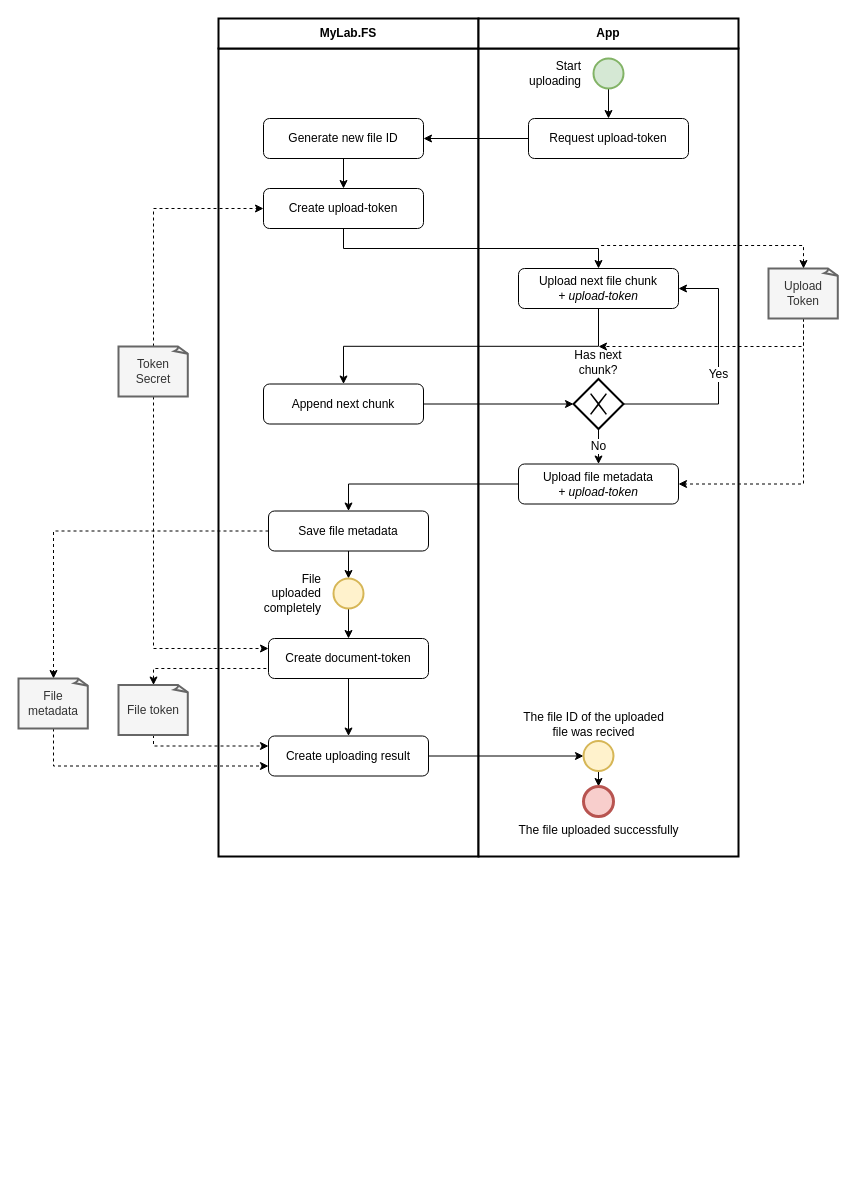
This is page "trusted-uploading" (2 of 5) of doc/diagramms/mylab-fs.drawio from mylab-tools/file-storage, a draw.io file, before an edit. Source tidied: cells renumbered, new cells numbered last; positions are measured from the earlier drawing's top-left corner, leaving out a move shared by most shapes. Both pictures are drawn from the tidied source at 100%, with x=0, y=0 at pixel (18, 18).
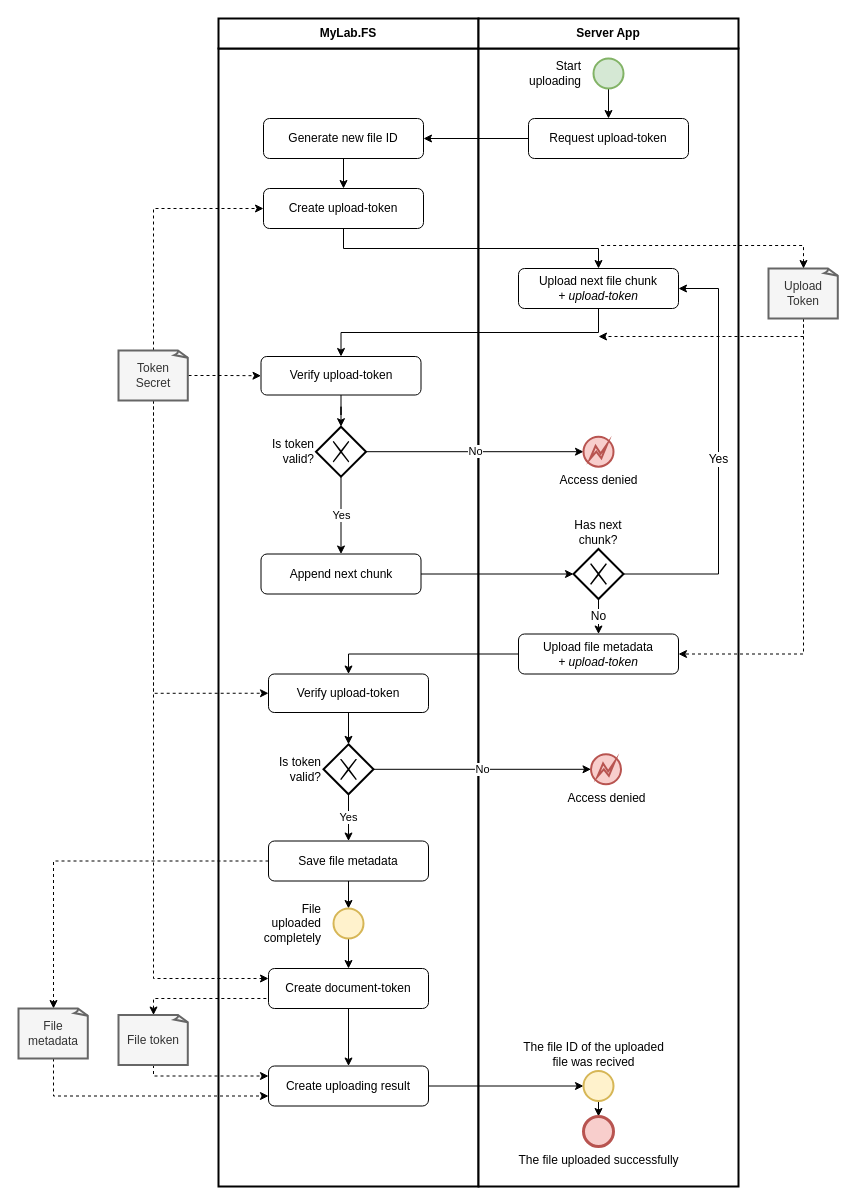
Above is the later version.

Unchanged cells that the change refers to:
```xml
<mxCell id="15" value="Upload next file chunk&lt;br&gt;&lt;i&gt;+ upload-token&lt;/i&gt;" style="rounded=1;whiteSpace=wrap;html=1;strokeWidth=1;fontSize=12;align=center;" parent="1" vertex="1">
  <mxGeometry x="500" y="250" width="160" height="40" as="geometry" />
</mxCell>
<mxCell id="33" value="Upload Token" style="whiteSpace=wrap;html=1;shape=mxgraph.basic.document;strokeWidth=2;fontSize=12;align=center;fillColor=#f5f5f5;strokeColor=#666666;fontColor=#333333;" parent="1" vertex="1">
  <mxGeometry x="750" y="250" width="70" height="50" as="geometry" />
</mxCell>
```

The edit, as a diff of the source:
```diff
@@
     <mxCell id="2" style="rounded=0;whiteSpace=wrap;html=1;strokeWidth=2;fontSize=12;align=center;" parent="1" vertex="1">
-      <mxGeometry x="200" y="30" width="260" height="808" as="geometry" />
+      <mxGeometry x="200" y="30" width="260" height="1138" as="geometry" />
     </mxCell>
@@
     <mxCell id="4" style="rounded=0;whiteSpace=wrap;html=1;strokeWidth=2;fontSize=12;align=center;" parent="1" vertex="1">
-      <mxGeometry x="460" y="30" width="260" height="808" as="geometry" />
+      <mxGeometry x="460" y="30" width="260" height="1138" as="geometry" />
     </mxCell>
-    <mxCell id="5" value="&lt;b&gt;App&lt;/b&gt;" style="rounded=0;whiteSpace=wrap;html=1;strokeWidth=2;fontSize=12;align=center;" parent="1" vertex="1">
+    <mxCell id="5" value="&lt;b&gt;Server App&lt;/b&gt;" style="rounded=0;whiteSpace=wrap;html=1;strokeWidth=2;fontSize=12;align=center;" parent="1" vertex="1">
       <mxGeometry x="460" width="260" height="30" as="geometry" />
     </mxCell>
@@
-    <mxCell id="14" style="edgeStyle=orthogonalEdgeStyle;rounded=0;jettySize=auto;html=1;entryX=0.5;entryY=0;entryDx=0;entryDy=0;startArrow=none;startFill=0;endArrow=classic;endFill=1;strokeWidth=1;fontSize=12;exitX=0.5;exitY=1;exitDx=0;exitDy=0;" parent="1" edge="1" source="15" target="18">
+    <mxCell id="14" style="edgeStyle=orthogonalEdgeStyle;rounded=0;jettySize=auto;html=1;entryX=0.5;entryY=0;entryDx=0;entryDy=0;startArrow=none;startFill=0;endArrow=classic;endFill=1;strokeWidth=1;fontSize=12;exitX=0.5;exitY=1;exitDx=0;exitDy=0;" parent="1" edge="1" source="15" target="53">
       <mxGeometry relative="1" as="geometry" />
     </mxCell>
@@
     <mxCell id="18" value="Append next chunk" style="rounded=1;whiteSpace=wrap;html=1;strokeWidth=1;fontSize=12;align=center;" parent="1" vertex="1">
-      <mxGeometry x="245" y="365.5" width="160" height="40" as="geometry" />
+      <mxGeometry x="242.5" y="535.5" width="160" height="40" as="geometry" />
     </mxCell>
     <mxCell id="19" value="Yes" style="edgeStyle=orthogonalEdgeStyle;rounded=0;jettySize=auto;html=1;entryX=1;entryY=0.5;entryDx=0;entryDy=0;startArrow=none;startFill=0;endArrow=classic;endFill=1;strokeWidth=1;fontSize=12;exitX=1;exitY=0.5;exitDx=0;exitDy=0;" parent="1" edge="1" source="21" target="15">
       <mxGeometry relative="1" as="geometry">
         <Array as="points">
-          <mxPoint x="700" y="385.5" />
-          <mxPoint x="700" y="270.5" />
+          <mxPoint x="700" y="556" />
+          <mxPoint x="700" y="270" />
         </Array>
       </mxGeometry>
     </mxCell>
@@
     <mxCell id="21" value="&lt;span style=&quot;white-space: normal ; background-color: rgb(255 , 255 , 255)&quot;&gt;Has next chunk?&lt;/span&gt;" style="shape=mxgraph.bpmn.shape;html=1;verticalLabelPosition=top;labelBackgroundColor=#ffffff;verticalAlign=bottom;align=center;perimeter=rhombusPerimeter;background=gateway;outlineConnect=0;outline=none;symbol=exclusiveGw;strokeWidth=2;fontSize=12;labelPosition=center;whiteSpace=wrap;" parent="1" vertex="1">
-      <mxGeometry x="555" y="360.5" width="50" height="50" as="geometry" />
+      <mxGeometry x="555" y="530.5" width="50" height="50" as="geometry" />
     </mxCell>
-    <mxCell id="22" style="edgeStyle=orthogonalEdgeStyle;rounded=0;jettySize=auto;html=1;entryX=0.5;entryY=0;entryDx=0;entryDy=0;startArrow=none;startFill=0;endArrow=classic;endFill=1;strokeWidth=1;fontSize=12;" parent="1" edge="1" source="23" target="26">
+    <mxCell id="22" style="edgeStyle=orthogonalEdgeStyle;rounded=0;jettySize=auto;html=1;entryX=0.5;entryY=0;entryDx=0;entryDy=0;startArrow=none;startFill=0;endArrow=classic;endFill=1;strokeWidth=1;fontSize=12;" parent="1" edge="1" source="23" target="59">
       <mxGeometry relative="1" as="geometry" />
     </mxCell>
     <mxCell id="23" value="Upload file metadata&lt;br&gt;&lt;i&gt;+ upload-token&lt;/i&gt;" style="rounded=1;whiteSpace=wrap;html=1;strokeWidth=1;fontSize=12;align=center;" parent="1" vertex="1">
-      <mxGeometry x="500" y="445.5" width="160" height="40" as="geometry" />
+      <mxGeometry x="500" y="615.5" width="160" height="40" as="geometry" />
     </mxCell>
@@
     <mxCell id="26" value="Save file metadata" style="rounded=1;whiteSpace=wrap;html=1;strokeWidth=1;fontSize=12;align=center;" parent="1" vertex="1">
-      <mxGeometry x="250" y="492.5" width="160" height="40" as="geometry" />
+      <mxGeometry x="250" y="822.5" width="160" height="40" as="geometry" />
     </mxCell>
@@
     <mxCell id="28" value="Create document-token" style="rounded=1;whiteSpace=wrap;html=1;strokeWidth=1;fontSize=12;align=center;" parent="1" vertex="1">
-      <mxGeometry x="250" y="620" width="160" height="40" as="geometry" />
+      <mxGeometry x="250" y="950" width="160" height="40" as="geometry" />
     </mxCell>
@@
     <mxCell id="30" value="Create uploading result" style="rounded=1;whiteSpace=wrap;html=1;strokeWidth=1;fontSize=12;align=center;" parent="1" vertex="1">
-      <mxGeometry x="250" y="717.5" width="160" height="40" as="geometry" />
+      <mxGeometry x="250" y="1047.5" width="160" height="40" as="geometry" />
     </mxCell>
     <mxCell id="31" style="edgeStyle=orthogonalEdgeStyle;rounded=0;jettySize=auto;html=1;startArrow=none;startFill=0;endArrow=classic;endFill=1;strokeWidth=1;fontSize=12;dashed=1;exitX=0.5;exitY=1;exitDx=0;exitDy=0;exitPerimeter=0;" parent="1" edge="1" source="33">
       <mxGeometry relative="1" as="geometry">
-        <mxPoint x="580" y="328" as="targetPoint" />
+        <mxPoint x="580" y="318" as="targetPoint" />
         <Array as="points">
-          <mxPoint x="785" y="328" />
+          <mxPoint x="785" y="318" />
         </Array>
       </mxGeometry>
     </mxCell>
@@
     <mxCell id="34" style="edgeStyle=orthogonalEdgeStyle;rounded=0;jettySize=auto;html=1;entryX=0;entryY=0.25;entryDx=0;entryDy=0;startArrow=none;startFill=0;endArrow=classic;endFill=1;strokeWidth=1;fontSize=12;dashed=1;exitX=0.5;exitY=1;exitDx=0;exitDy=0;exitPerimeter=0;" parent="1" edge="1" source="36" target="30">
       <mxGeometry relative="1" as="geometry">
         <Array as="points">
-          <mxPoint x="135" y="728" />
+          <mxPoint x="135" y="1058" />
         </Array>
       </mxGeometry>
     </mxCell>
     <mxCell id="35" style="edgeStyle=orthogonalEdgeStyle;rounded=0;jettySize=auto;html=1;entryX=0;entryY=0.75;entryDx=0;entryDy=0;dashed=1;startArrow=classic;startFill=1;endArrow=none;endFill=0;strokeWidth=1;fontSize=12;exitX=0.5;exitY=0;exitDx=0;exitDy=0;exitPerimeter=0;" parent="1" edge="1" source="36" target="28">
       <mxGeometry relative="1" as="geometry">
         <Array as="points">
-          <mxPoint x="135" y="650" />
+          <mxPoint x="135" y="980" />
         </Array>
       </mxGeometry>
     </mxCell>
     <mxCell id="36" value="File token" style="whiteSpace=wrap;html=1;shape=mxgraph.basic.document;strokeWidth=2;fontSize=12;align=center;fillColor=#f5f5f5;strokeColor=#666666;fontColor=#333333;" parent="1" vertex="1">
-      <mxGeometry x="100" y="666.5" width="70" height="50" as="geometry" />
+      <mxGeometry x="100" y="996.5" width="70" height="50" as="geometry" />
     </mxCell>
@@
     <mxCell id="38" value="File metadata" style="whiteSpace=wrap;html=1;shape=mxgraph.basic.document;strokeWidth=2;fontSize=12;align=center;fillColor=#f5f5f5;strokeColor=#666666;fontColor=#333333;" parent="1" vertex="1">
-      <mxGeometry y="660" width="70" height="50" as="geometry" />
+      <mxGeometry y="990" width="70" height="50" as="geometry" />
     </mxCell>
@@
     <mxCell id="41" value="File uploaded completely" style="ellipse;html=1;strokeColor=#d6b656;strokeWidth=2;fillColor=#fff2cc;fontSize=12;align=right;labelPosition=left;verticalLabelPosition=middle;verticalAlign=middle;whiteSpace=wrap;spacingRight=10;" parent="1" vertex="1">
-      <mxGeometry x="315" y="560" width="30" height="30" as="geometry" />
+      <mxGeometry x="315" y="890" width="30" height="30" as="geometry" />
     </mxCell>
@@
     <mxCell id="43" value="The file ID of the uploaded &lt;br&gt;file was recived" style="ellipse;html=1;strokeColor=#d6b656;strokeWidth=2;fillColor=#fff2cc;fontSize=12;align=center;labelPosition=center;verticalLabelPosition=top;verticalAlign=bottom;spacingRight=10;" parent="1" vertex="1">
-      <mxGeometry x="565" y="722.5" width="30" height="30" as="geometry" />
+      <mxGeometry x="565" y="1052.5" width="30" height="30" as="geometry" />
     </mxCell>
-    <mxCell id="44" style="edgeStyle=orthogonalEdgeStyle;rounded=0;jettySize=auto;html=1;entryX=0;entryY=0.25;entryDx=0;entryDy=0;startArrow=none;startFill=0;endArrow=classic;endFill=1;strokeWidth=1;fontSize=12;dashed=1;exitX=0.5;exitY=1;exitDx=0;exitDy=0;exitPerimeter=0;" parent="1" edge="1" source="45" target="28">
+    <mxCell id="44" style="edgeStyle=orthogonalEdgeStyle;rounded=0;jettySize=auto;html=1;entryX=0;entryY=0.25;entryDx=0;entryDy=0;startArrow=none;startFill=0;endArrow=classic;endFill=1;strokeWidth=1;fontSize=12;dashed=1;" parent="1" edge="1" source="45" target="28">
       <mxGeometry relative="1" as="geometry">
         <Array as="points">
-          <mxPoint x="135" y="388" />
-          <mxPoint x="135" y="630" />
+          <mxPoint x="135" y="960" />
         </Array>
       </mxGeometry>
     </mxCell>
+    <mxCell id="47" style="edgeStyle=orthogonalEdgeStyle;rounded=0;jettySize=auto;html=1;entryX=0;entryY=0.5;entryDx=0;entryDy=0;dashed=1;" parent="1" edge="1" source="45" target="53">
+      <mxGeometry relative="1" as="geometry" />
+    </mxCell>
+    <mxCell id="48" style="edgeStyle=orthogonalEdgeStyle;rounded=0;jettySize=auto;html=1;entryX=0;entryY=0.5;entryDx=0;entryDy=0;dashed=1;" parent="1" edge="1" source="45" target="59">
+      <mxGeometry relative="1" as="geometry">
+        <Array as="points">
+          <mxPoint x="135" y="675" />
+        </Array>
+      </mxGeometry>
+    </mxCell>
     <mxCell id="45" value="Token &lt;br&gt;Secret" style="whiteSpace=wrap;html=1;shape=mxgraph.basic.document;strokeWidth=2;fontSize=12;align=center;fillColor=#f5f5f5;strokeColor=#666666;fontColor=#333333;" parent="1" vertex="1">
-      <mxGeometry x="100" y="328" width="70" height="50" as="geometry" />
+      <mxGeometry x="100" y="332" width="70" height="50" as="geometry" />
     </mxCell>
     <mxCell id="46" value="&lt;span style=&quot;&quot;&gt;The file uploaded successfully&lt;/span&gt;" style="shape=mxgraph.bpmn.shape;html=1;verticalLabelPosition=bottom;labelBackgroundColor=none;verticalAlign=top;align=center;perimeter=ellipsePerimeter;outlineConnect=0;outline=end;symbol=general;strokeColor=#b85450;strokeWidth=1;fillColor=#f8cecc;fontSize=12;" parent="1" vertex="1">
-      <mxGeometry x="565" y="768" width="30" height="30" as="geometry" />
+      <mxGeometry x="565" y="1098" width="30" height="30" as="geometry" />
     </mxCell>
+    <mxCell id="49" value="Yes" style="edgeStyle=orthogonalEdgeStyle;rounded=0;jettySize=auto;html=1;entryX=0.5;entryY=0;entryDx=0;entryDy=0;" parent="1" edge="1" source="50" target="18">
+      <mxGeometry relative="1" as="geometry" />
+    </mxCell>
+    <mxCell id="50" value="&lt;span style=&quot;white-space: normal ; background-color: rgb(255 , 255 , 255)&quot;&gt;Is token valid?&lt;/span&gt;" style="shape=mxgraph.bpmn.shape;html=1;verticalLabelPosition=middle;labelBackgroundColor=#ffffff;verticalAlign=middle;align=right;perimeter=rhombusPerimeter;background=gateway;outlineConnect=0;outline=none;symbol=exclusiveGw;strokeWidth=2;fontSize=12;labelPosition=left;whiteSpace=wrap;" parent="1" vertex="1">
+      <mxGeometry x="297.5" y="408.2" width="50" height="50" as="geometry" />
+    </mxCell>
+    <mxCell id="51" value="No" style="edgeStyle=orthogonalEdgeStyle;rounded=0;jettySize=auto;html=1;entryX=0;entryY=0.5;entryDx=0;entryDy=0;exitX=1;exitY=0.5;exitDx=0;exitDy=0;" parent="1" edge="1" source="50" target="54">
+      <mxGeometry relative="1" as="geometry" />
+    </mxCell>
+    <mxCell id="52" style="edgeStyle=orthogonalEdgeStyle;rounded=0;jettySize=auto;html=1;entryX=0.5;entryY=0;entryDx=0;entryDy=0;" parent="1" edge="1" source="53" target="50">
+      <mxGeometry relative="1" as="geometry" />
+    </mxCell>
+    <mxCell id="53" value="Verify upload-token" style="rounded=1;whiteSpace=wrap;html=1;strokeWidth=1;fontSize=12;align=center;" parent="1" vertex="1">
+      <mxGeometry x="242.5" y="338" width="160" height="38.5" as="geometry" />
+    </mxCell>
+    <mxCell id="54" value="Access denied" style="shape=mxgraph.bpmn.shape;html=1;verticalLabelPosition=bottom;labelBackgroundColor=#ffffff;verticalAlign=top;align=center;perimeter=ellipsePerimeter;outlineConnect=0;outline=eventInt;symbol=error;strokeColor=#b85450;strokeWidth=2;fillColor=#f8cecc;fontSize=12;" parent="1" vertex="1">
+      <mxGeometry x="565" y="418.2" width="30" height="30" as="geometry" />
+    </mxCell>
+    <mxCell id="55" value="Yes" style="edgeStyle=orthogonalEdgeStyle;rounded=0;jettySize=auto;html=1;entryX=0.5;entryY=0;entryDx=0;entryDy=0;" parent="1" edge="1" source="56" target="26">
+      <mxGeometry relative="1" as="geometry" />
+    </mxCell>
+    <mxCell id="56" value="&lt;span style=&quot;white-space: normal ; background-color: rgb(255 , 255 , 255)&quot;&gt;Is token valid?&lt;/span&gt;" style="shape=mxgraph.bpmn.shape;html=1;verticalLabelPosition=middle;labelBackgroundColor=#ffffff;verticalAlign=middle;align=right;perimeter=rhombusPerimeter;background=gateway;outlineConnect=0;outline=none;symbol=exclusiveGw;strokeWidth=2;fontSize=12;labelPosition=left;whiteSpace=wrap;" parent="1" vertex="1">
+      <mxGeometry x="305" y="725.8" width="50" height="50" as="geometry" />
+    </mxCell>
+    <mxCell id="57" value="No" style="edgeStyle=orthogonalEdgeStyle;rounded=0;jettySize=auto;html=1;entryX=0;entryY=0.5;entryDx=0;entryDy=0;exitX=1;exitY=0.5;exitDx=0;exitDy=0;" parent="1" edge="1" source="56" target="60">
+      <mxGeometry relative="1" as="geometry" />
+    </mxCell>
+    <mxCell id="58" style="edgeStyle=orthogonalEdgeStyle;rounded=0;jettySize=auto;html=1;entryX=0.5;entryY=0;entryDx=0;entryDy=0;" parent="1" edge="1" source="59" target="56">
+      <mxGeometry relative="1" as="geometry" />
+    </mxCell>
+    <mxCell id="59" value="Verify upload-token" style="rounded=1;whiteSpace=wrap;html=1;strokeWidth=1;fontSize=12;align=center;" parent="1" vertex="1">
+      <mxGeometry x="250" y="655.5" width="160" height="38.5" as="geometry" />
+    </mxCell>
+    <mxCell id="60" value="Access denied" style="shape=mxgraph.bpmn.shape;html=1;verticalLabelPosition=bottom;labelBackgroundColor=#ffffff;verticalAlign=top;align=center;perimeter=ellipsePerimeter;outlineConnect=0;outline=eventInt;symbol=error;strokeColor=#b85450;strokeWidth=2;fillColor=#f8cecc;fontSize=12;" parent="1" vertex="1">
+      <mxGeometry x="572.5" y="735.8" width="30" height="30" as="geometry" />
+    </mxCell>
```
